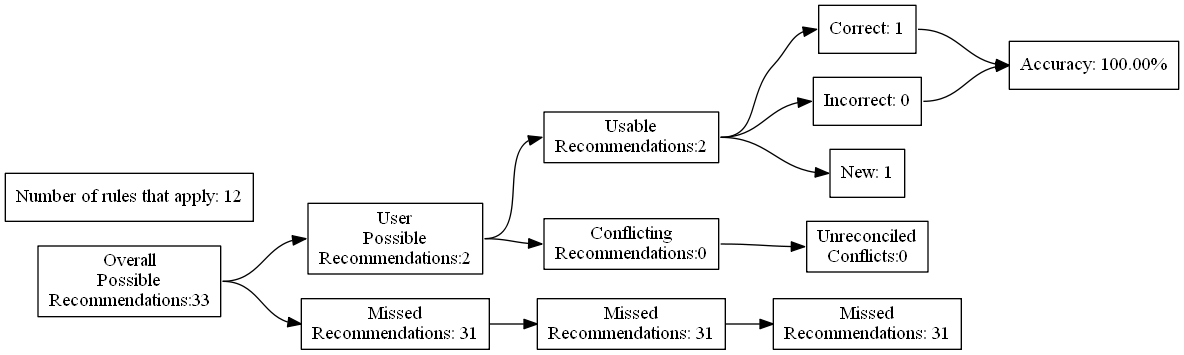
Above: test_renders/95.gv.png in ZaxR/ibd_diet_analysis (Graphviz), before the change. Its source is kept beside it as test_renders/95.gv.
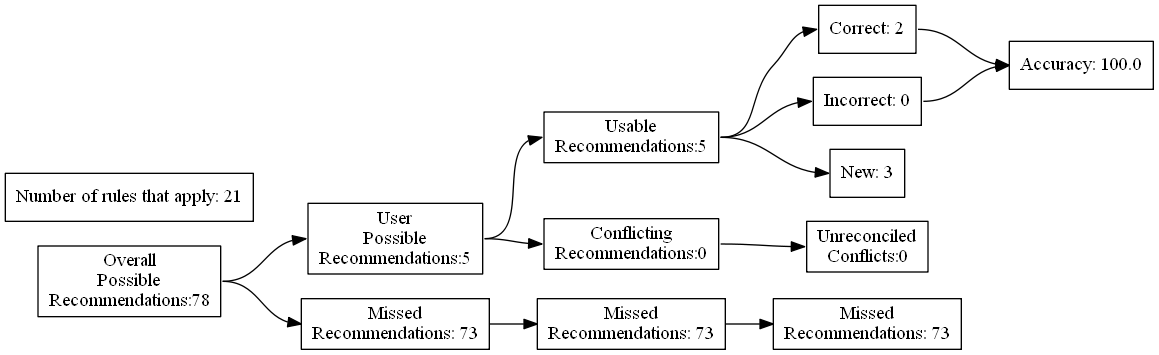
The same file after the commit.

Change to the diagram source:
```diff
@@ -4,27 +4,27 @@
 	edge [headport=w tailport=e]
 		A [label="Overall
 Possible
-Recommendations:33"]
+Recommendations:78"]
 		B [label="User
 Possible
-Recommendations:2"]
+Recommendations:5"]
 		C [label="Missed
-Recommendations: 31"]
+Recommendations: 73"]
 		D [label="Usable
-Recommendations:2"]
+Recommendations:5"]
 		E [label="Conflicting
 Recommendations:0"]
 		J [label="Missed
-Recommendations: 31"]
+Recommendations: 73"]
 		M [label="Unreconciled
 Conflicts:0"]
-		F [label="Correct: 1"]
+		F [label="Correct: 2"]
 		G [label="Incorrect: 0"]
-		H [label="New: 1"]
+		H [label="New: 3"]
 		K [label="Missed
-Recommendations: 31"]
-		I [label="Accuracy: 100.00%"]
-		l [label="Number of rules that apply: 12"]
+Recommendations: 73"]
+		I [label="Accuracy: 100.0"]
+		l [label="Number of rules that apply: 21"]
 			A -> B
 			A -> C
 			B -> D
```
